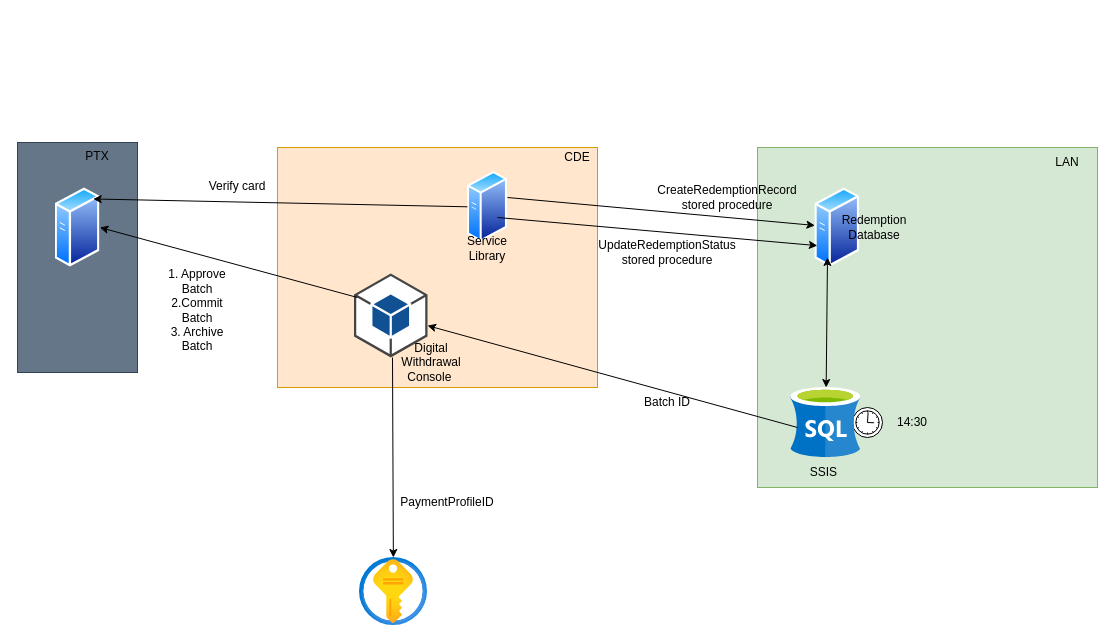
Earlier version of the draw.io diagram DigitalWithdrawalsLowLevelDiagram.drawio (mattwatts36/drawings). Source tidied: cells renumbered, new cells numbered last; positions are measured from the earlier drawing's top-left corner, leaving out a move shared by most shapes. Both pictures are drawn from the tidied source at 100%, with x=0, y=0 at pixel (17, 141).
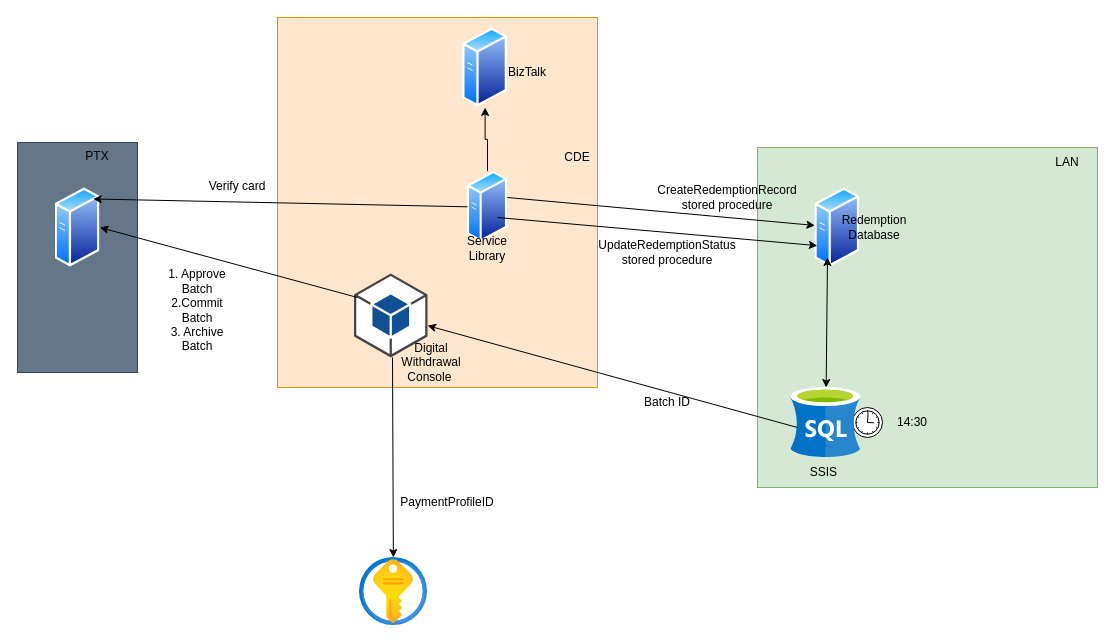
The same page after the edit.

Unchanged cells that the change refers to:
```xml
<mxCell id="6" style="image;perimeter=ellipsePerimeter;html=1;align=center;shadow=0;dashed=0;spacingTop=3;image=img/lib/active_directory/generic_server.svg;" parent="1" vertex="1">
  <mxGeometry x="450" y="29.6" width="40" height="71.4" as="geometry" />
</mxCell>
```

The edit, as a diff of the source:
```diff
@@
     <mxCell id="5" style="rounded=0;whiteSpace=wrap;html=1;fillColor=#ffe6cc;strokeColor=#d79b00;" parent="1" vertex="1">
-      <mxGeometry x="260" y="6" width="320" height="240" as="geometry" />
+      <mxGeometry x="260" y="-124" width="320" height="370" as="geometry" />
     </mxCell>
+    <mxCell id="33" style="edgeStyle=orthogonalEdgeStyle;rounded=0;jettySize=auto;html=1;" parent="1" edge="1" source="6" target="34">
+      <mxGeometry relative="1" as="geometry" />
+    </mxCell>
@@
+    <mxCell id="34" style="image;perimeter=ellipsePerimeter;html=1;align=center;shadow=0;dashed=0;spacingTop=3;image=img/lib/active_directory/generic_server.svg;" parent="1" vertex="1">
+      <mxGeometry x="445.2" y="-114" width="44.8" height="80" as="geometry" />
+    </mxCell>
+    <mxCell id="35" value="BizTalk" style="text;html=1;strokeColor=none;fillColor=none;align=center;verticalAlign=middle;whiteSpace=wrap;rounded=0;" parent="1" vertex="1">
+      <mxGeometry x="480" y="-84" width="60" height="30" as="geometry" />
+    </mxCell>
```
